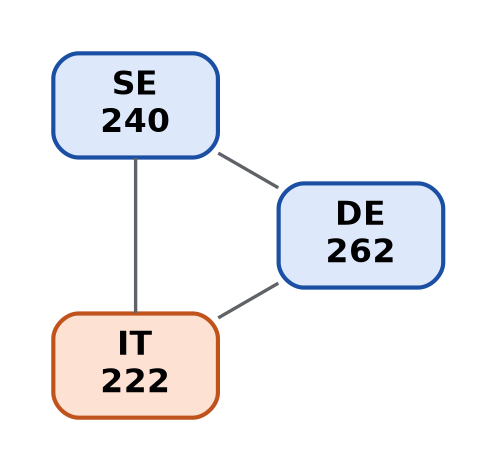
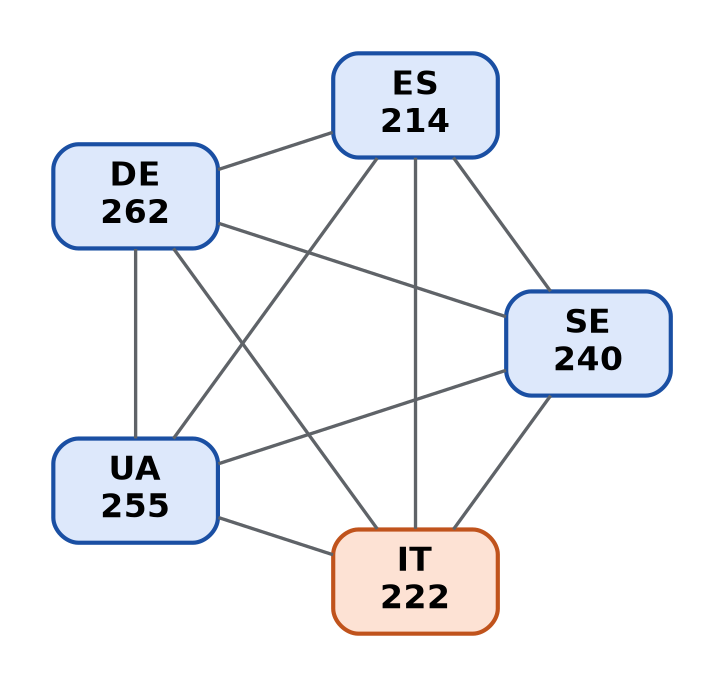
- // International full-mesh — 3 European country gateways, all-to-all trunk.
+ // International full-mesh — 5 European country gateways, all-to-all trunk.
graph IntlMesh {
  layout = circo;
  bgcolor = "transparent";
  margin = 0.3;
  node [shape=box, style="filled,rounded", fillcolor="#dde8fb",
        color="#1a4fa3", fontname="Helvetica-Bold", fontsize=16, penwidth=2,
        width=1.1, height=0.7, fixedsize=true];
  edge [color="#5f6368", penwidth=1.6];

  IT [label="IT\n222", fillcolor="#fde2d4", color="#c0531c"];
  SE [label="SE\n240"];
  DE [label="DE\n262"];
+   ES [label="ES\n214"];
+   UA [label="UA\n255"];

  IT -- SE;
  IT -- DE;
+   IT -- ES;
+   IT -- UA;
  SE -- DE;
+   SE -- ES;
+   SE -- UA;
+   DE -- ES;
+   DE -- UA;
+   ES -- UA;
}
